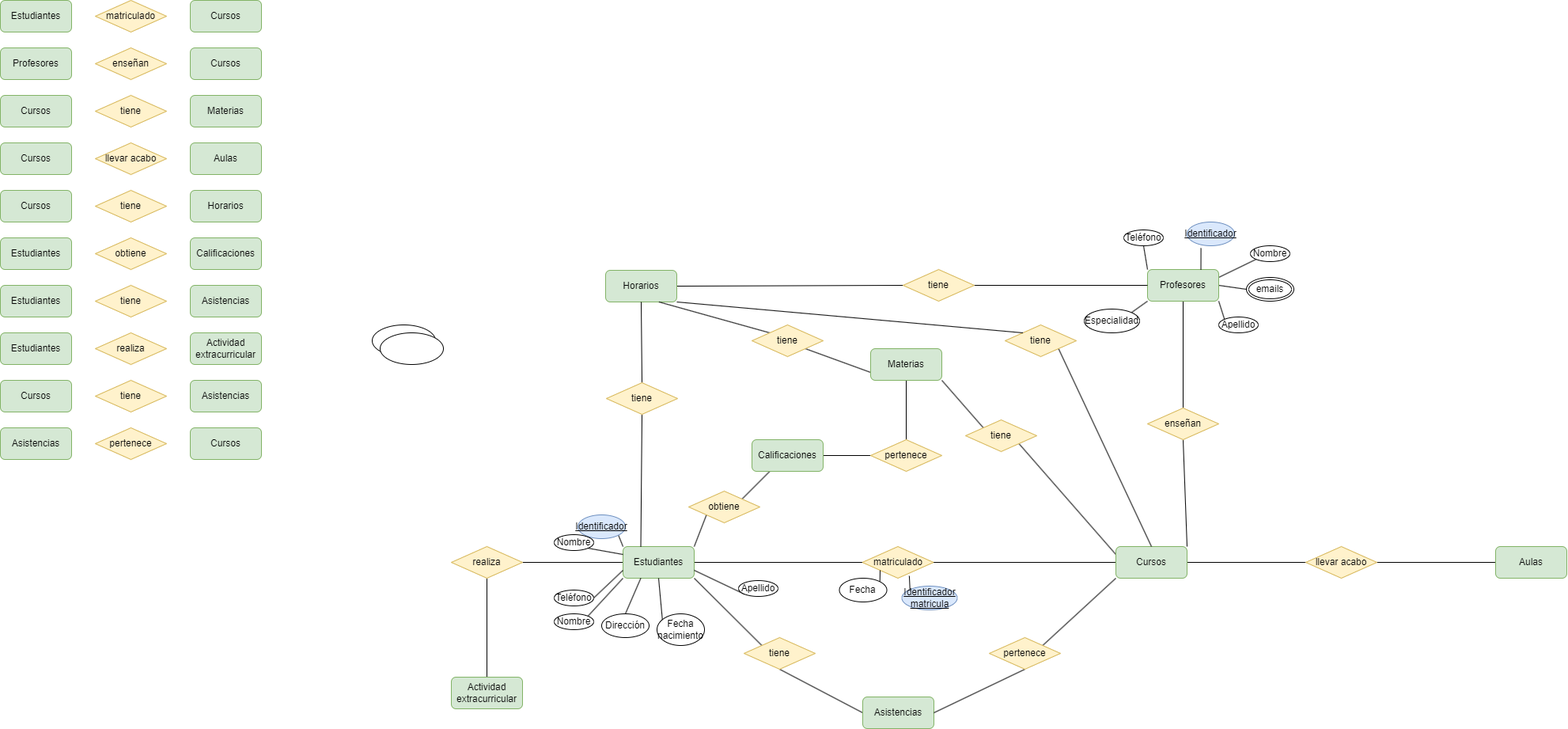
Earlier version of the draw.io export Unidad-1/Tareas/Tareas-evaluables/Tarea-evaluable-1/Ejercicio-evaluable-1.drawio.png (LuisMGlez/base-datos). Source tidied: cells renumbered, new cells last; positions are measured from the earlier drawing's top-left corner, leaving out a move shared by most shapes.
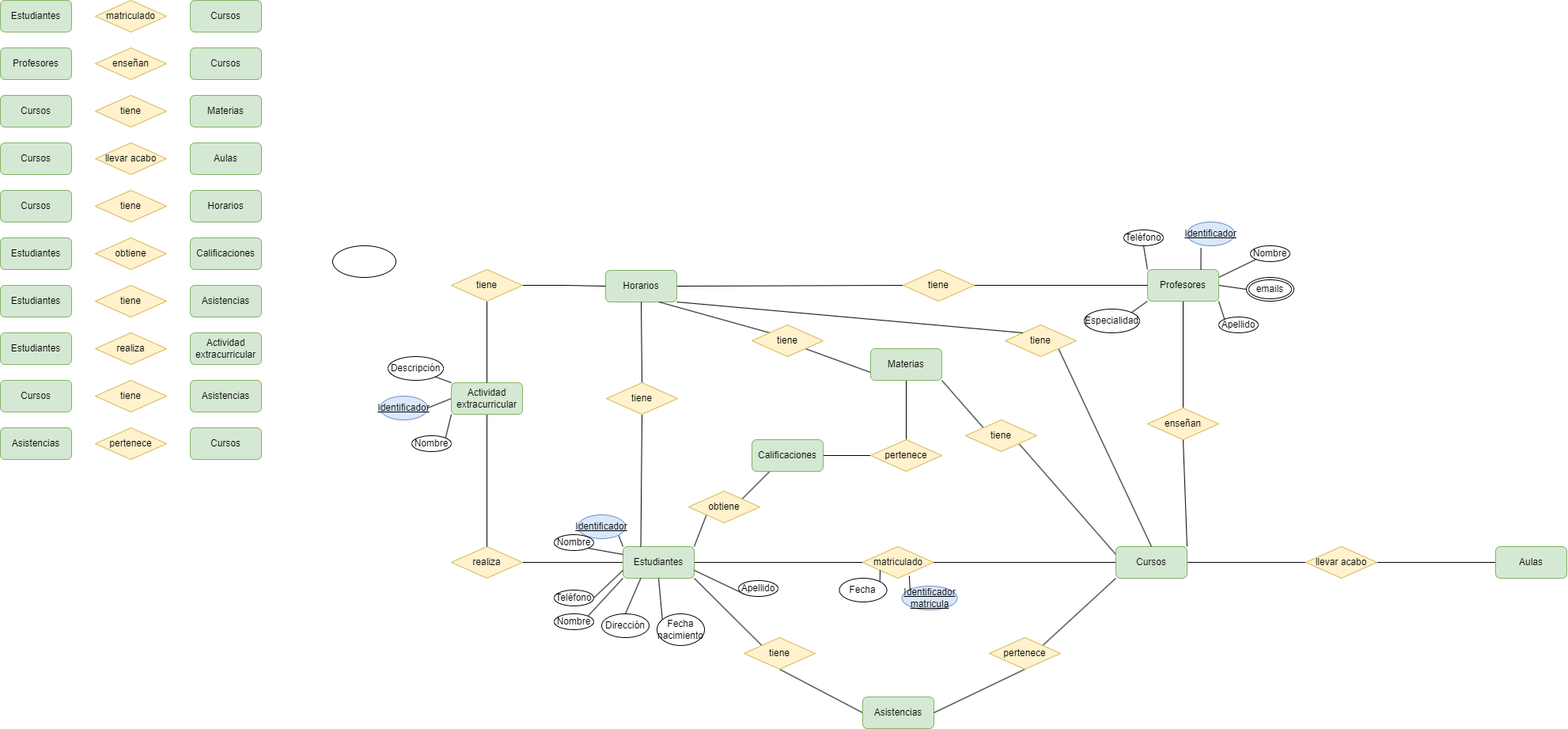
After the commit.

Change to the diagram source:
```diff
@@ -200,14 +200,26 @@
     <mxCell id="67" value="pertenece" style="rhombus;whiteSpace=wrap;html=1;fillColor=#fff2cc;strokeColor=#d6b656;" parent="1" vertex="1">
       <mxGeometry x="1100" y="555" width="90" height="40" as="geometry" />
     </mxCell>
-    <mxCell id="68" style="edgeStyle=orthogonalEdgeStyle;rounded=0;jettySize=auto;html=1;exitX=0.5;exitY=1;exitDx=0;exitDy=0;entryX=0.5;entryY=0;entryDx=0;entryDy=0;endArrow=none;endFill=0;" parent="1" edge="1" source="69" target="70">
-      <mxGeometry relative="1" as="geometry" />
-    </mxCell>
     <mxCell id="69" value="realiza" style="rhombus;whiteSpace=wrap;html=1;fillColor=#fff2cc;strokeColor=#d6b656;" parent="1" vertex="1">
       <mxGeometry x="570" y="690" width="90" height="40" as="geometry" />
     </mxCell>
+    <mxCell id="112" style="edgeStyle=orthogonalEdgeStyle;rounded=0;jettySize=auto;html=1;exitX=1;exitY=0.5;exitDx=0;exitDy=0;entryX=0;entryY=0.5;entryDx=0;entryDy=0;endArrow=none;endFill=0;" parent="1" edge="1" source="118" target="55">
+      <mxGeometry relative="1" as="geometry" />
+    </mxCell>
+    <mxCell id="113" style="edgeStyle=orthogonalEdgeStyle;rounded=0;jettySize=auto;html=1;exitX=0.5;exitY=1;exitDx=0;exitDy=0;entryX=0.5;entryY=0;entryDx=0;entryDy=0;endArrow=none;endFill=0;" parent="1" edge="1" source="70" target="69">
+      <mxGeometry relative="1" as="geometry" />
+    </mxCell>
+    <mxCell id="114" style="rounded=0;jettySize=auto;html=1;exitX=0;exitY=0;exitDx=0;exitDy=0;entryX=1;entryY=1;entryDx=0;entryDy=0;endArrow=none;endFill=0;" parent="1" edge="1" source="70" target="75">
+      <mxGeometry relative="1" as="geometry" />
+    </mxCell>
+    <mxCell id="115" style="rounded=0;jettySize=auto;html=1;exitX=0;exitY=0.5;exitDx=0;exitDy=0;entryX=1;entryY=0.5;entryDx=0;entryDy=0;endArrow=none;endFill=0;" parent="1" edge="1" source="70" target="119">
+      <mxGeometry relative="1" as="geometry" />
+    </mxCell>
+    <mxCell id="116" style="rounded=0;jettySize=auto;html=1;exitX=0;exitY=1;exitDx=0;exitDy=0;entryX=1;entryY=0;entryDx=0;entryDy=0;endArrow=none;endFill=0;" parent="1" edge="1" source="70" target="120">
+      <mxGeometry relative="1" as="geometry" />
+    </mxCell>
     <mxCell id="70" value="Actividad extracurricular" style="rounded=1;whiteSpace=wrap;html=1;fillColor=#d5e8d4;strokeColor=#82b366;" parent="1" vertex="1">
-      <mxGeometry x="570" y="855" width="90" height="40" as="geometry" />
+      <mxGeometry x="570" y="483" width="90" height="40" as="geometry" />
     </mxCell>
     <mxCell id="71" value="Asistencias" style="rounded=1;whiteSpace=wrap;html=1;fillColor=#d5e8d4;strokeColor=#82b366;" parent="1" vertex="1">
       <mxGeometry y="540" width="90" height="40" as="geometry" />
@@ -219,10 +231,10 @@
       <mxGeometry x="120" y="540" width="90" height="40" as="geometry" />
     </mxCell>
     <mxCell id="74" style="ellipse;whiteSpace=wrap;html=1;" parent="1" vertex="1">
-      <mxGeometry x="470" y="410" width="80" height="40" as="geometry" />
+      <mxGeometry x="420" y="310" width="80" height="40" as="geometry" />
     </mxCell>
-    <mxCell id="75" style="ellipse;whiteSpace=wrap;html=1;" parent="1" vertex="1">
-      <mxGeometry x="480" y="420" width="80" height="40" as="geometry" />
+    <mxCell id="75" value="Descripción" style="ellipse;whiteSpace=wrap;html=1;" parent="1" vertex="1">
+      <mxGeometry x="490" y="450" width="70" height="30" as="geometry" />
     </mxCell>
     <mxCell id="76" value="Especialidad" style="ellipse;whiteSpace=wrap;html=1;" parent="1" vertex="1">
       <mxGeometry x="1370" y="390" width="70" height="30" as="geometry" />
@@ -332,5 +344,17 @@
     <mxCell id="111" value="tiene" style="rhombus;whiteSpace=wrap;html=1;fillColor=#fff2cc;strokeColor=#d6b656;" parent="1" vertex="1">
       <mxGeometry x="950" y="410" width="90" height="40" as="geometry" />
     </mxCell>
+    <mxCell id="117" style="edgeStyle=orthogonalEdgeStyle;rounded=0;jettySize=auto;html=1;exitX=0.5;exitY=0;exitDx=0;exitDy=0;entryX=0.5;entryY=1;entryDx=0;entryDy=0;endArrow=none;endFill=0;" parent="1" edge="1" source="70" target="118">
+      <mxGeometry relative="1" as="geometry" />
+    </mxCell>
+    <mxCell id="118" value="tiene" style="rhombus;whiteSpace=wrap;html=1;fillColor=#fff2cc;strokeColor=#d6b656;" parent="1" vertex="1">
+      <mxGeometry x="570" y="340" width="90" height="40" as="geometry" />
+    </mxCell>
+    <mxCell id="119" value="&lt;u&gt;Identificador&lt;/u&gt;" style="ellipse;whiteSpace=wrap;html=1;fillColor=#dae8fc;strokeColor=#6c8ebf;" parent="1" vertex="1">
+      <mxGeometry x="480" y="500" width="60" height="30" as="geometry" />
+    </mxCell>
+    <mxCell id="120" value="Nombre" style="ellipse;whiteSpace=wrap;html=1;" parent="1" vertex="1">
+      <mxGeometry x="520" y="550" width="50" height="20" as="geometry" />
+    </mxCell>
   </root>
 </mxGraphModel>
```
